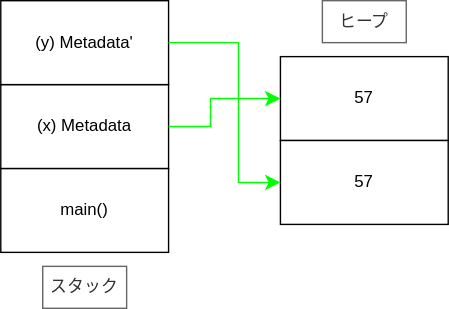
Earlier version of the draw.io export src/svg/chapter4/heap57y-clone.drawio.svg (taku-n/scribbling-rust). Source tidied: cells renumbered, new cells last; positions are measured from the earlier drawing's top-left corner, leaving out a move shared by most shapes. The source it was exported from:
```xml
<mxGraphModel>
  <root>
    <mxCell id="0" />
    <mxCell id="1" parent="0" />
    <mxCell id="2" value="main()" style="rounded=0;whiteSpace=wrap;html=1;" parent="1" vertex="1">
      <mxGeometry y="120" width="120" height="60" as="geometry" />
    </mxCell>
    <mxCell id="3" value="(x) Metadata" style="rounded=0;whiteSpace=wrap;html=1;" parent="1" vertex="1">
      <mxGeometry y="60" width="120" height="60" as="geometry" />
    </mxCell>
    <mxCell id="4" value="57" style="rounded=0;whiteSpace=wrap;html=1;" parent="1" vertex="1">
      <mxGeometry x="200" y="40" width="120" height="60" as="geometry" />
    </mxCell>
    <mxCell id="5" value="スタック" style="text;html=1;align=center;verticalAlign=middle;whiteSpace=wrap;rounded=0;fillColor=#FFFFFF;strokeColor=#666666;fontColor=#333333;" parent="1" vertex="1">
      <mxGeometry x="30" y="190" width="60" height="30" as="geometry" />
    </mxCell>
    <mxCell id="6" value="ヒープ" style="text;html=1;align=center;verticalAlign=middle;whiteSpace=wrap;rounded=0;fillColor=#FFFFFF;strokeColor=#666666;fontColor=#333333;" parent="1" vertex="1">
      <mxGeometry x="230" width="60" height="30" as="geometry" />
    </mxCell>
    <mxCell id="7" style="edgeStyle=elbowEdgeStyle;elbow=horizontal;endArrow=classic;html=1;curved=0;rounded=0;endSize=8;startSize=8;exitX=1;exitY=0.5;exitDx=0;exitDy=0;entryX=0;entryY=0.5;entryDx=0;entryDy=0;fillColor=#f5f5f5;strokeColor=#00FF00;" parent="1" edge="1" source="3" target="4">
      <mxGeometry relative="1" as="geometry">
        <Array as="points">
          <mxPoint x="150" y="80" />
        </Array>
      </mxGeometry>
    </mxCell>
    <mxCell id="8" value="(y) Metadata'" style="rounded=0;whiteSpace=wrap;html=1;" parent="1" vertex="1">
      <mxGeometry width="120" height="60" as="geometry" />
    </mxCell>
    <mxCell id="9" value="57" style="rounded=0;whiteSpace=wrap;html=1;" parent="1" vertex="1">
      <mxGeometry x="200" y="100" width="120" height="60" as="geometry" />
    </mxCell>
    <mxCell id="10" style="edgeStyle=elbowEdgeStyle;elbow=horizontal;endArrow=classic;html=1;curved=0;rounded=0;endSize=8;startSize=8;exitX=1;exitY=0.5;exitDx=0;exitDy=0;entryX=0;entryY=0.5;entryDx=0;entryDy=0;fillColor=#f5f5f5;strokeColor=#00FF00;" parent="1" edge="1" source="8" target="9">
      <mxGeometry relative="1" as="geometry">
        <Array as="points">
          <mxPoint x="170" y="80" />
        </Array>
      </mxGeometry>
    </mxCell>
  </root>
</mxGraphModel>
```
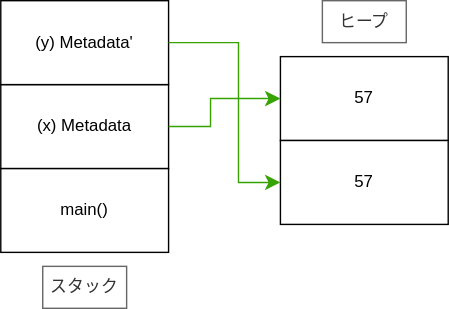
After the change.

Diff of the diagram source:
```diff
@@ -17,7 +17,7 @@
     <mxCell id="6" value="ヒープ" style="text;html=1;align=center;verticalAlign=middle;whiteSpace=wrap;rounded=0;fillColor=#FFFFFF;strokeColor=#666666;fontColor=#333333;" parent="1" vertex="1">
       <mxGeometry x="230" width="60" height="30" as="geometry" />
     </mxCell>
-    <mxCell id="7" style="edgeStyle=elbowEdgeStyle;elbow=horizontal;endArrow=classic;html=1;curved=0;rounded=0;endSize=8;startSize=8;exitX=1;exitY=0.5;exitDx=0;exitDy=0;entryX=0;entryY=0.5;entryDx=0;entryDy=0;fillColor=#f5f5f5;strokeColor=#00FF00;" parent="1" edge="1" source="3" target="4">
+    <mxCell id="7" style="edgeStyle=elbowEdgeStyle;elbow=horizontal;endArrow=classic;html=1;curved=0;rounded=0;endSize=8;startSize=8;exitX=1;exitY=0.5;exitDx=0;exitDy=0;entryX=0;entryY=0.5;entryDx=0;entryDy=0;fillColor=#f5f5f5;strokeColor=#36A300;" parent="1" edge="1" source="3" target="4">
       <mxGeometry relative="1" as="geometry">
         <Array as="points">
           <mxPoint x="150" y="80" />
@@ -30,7 +30,7 @@
     <mxCell id="9" value="57" style="rounded=0;whiteSpace=wrap;html=1;" parent="1" vertex="1">
       <mxGeometry x="200" y="100" width="120" height="60" as="geometry" />
     </mxCell>
-    <mxCell id="10" style="edgeStyle=elbowEdgeStyle;elbow=horizontal;endArrow=classic;html=1;curved=0;rounded=0;endSize=8;startSize=8;exitX=1;exitY=0.5;exitDx=0;exitDy=0;entryX=0;entryY=0.5;entryDx=0;entryDy=0;fillColor=#f5f5f5;strokeColor=#00FF00;" parent="1" edge="1" source="8" target="9">
+    <mxCell id="10" style="edgeStyle=elbowEdgeStyle;elbow=horizontal;endArrow=classic;html=1;curved=0;rounded=0;endSize=8;startSize=8;exitX=1;exitY=0.5;exitDx=0;exitDy=0;entryX=0;entryY=0.5;entryDx=0;entryDy=0;fillColor=#f5f5f5;strokeColor=#36A300;" parent="1" edge="1" source="8" target="9">
       <mxGeometry relative="1" as="geometry">
         <Array as="points">
           <mxPoint x="170" y="80" />
```
